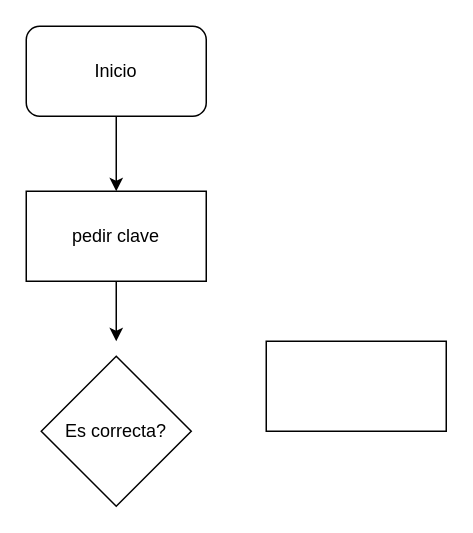
Above: Diagrama sin título.drawio in kevinld93/tp (draw.io), before the change. Source tidied: cells renumbered, new cells numbered last; positions are measured from the earlier drawing's top-left corner, leaving out a move shared by most shapes. Both pictures are drawn from the tidied source at 150%, with x=0, y=0 at pixel (26, 26).
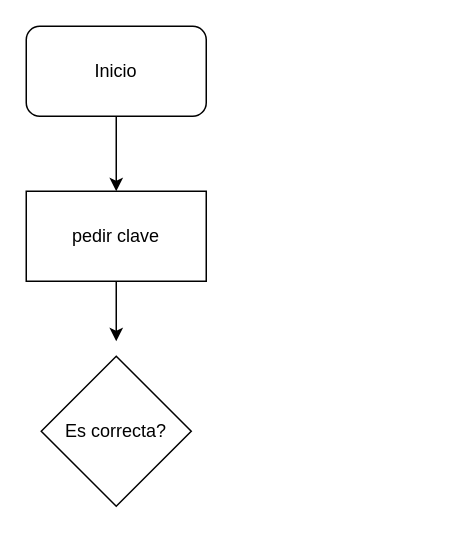
The same page after the edit.

Diff of the diagram source:
```diff
@@
 <mxGraphModel>
   <root>
     <mxCell id="0" />
     <mxCell id="1" parent="0" />
     <mxCell id="2" style="edgeStyle=orthogonalEdgeStyle;rounded=0;jettySize=auto;html=1;exitX=0.5;exitY=1;exitDx=0;exitDy=0;" parent="1" edge="1" source="3">
       <mxGeometry relative="1" as="geometry">
         <mxPoint x="60" y="110" as="targetPoint" />
       </mxGeometry>
     </mxCell>
     <mxCell id="3" value="Inicio " style="rounded=1;whiteSpace=wrap;html=1;" parent="1" vertex="1">
       <mxGeometry width="120" height="60" as="geometry" />
     </mxCell>
     <mxCell id="4" style="edgeStyle=orthogonalEdgeStyle;rounded=0;jettySize=auto;html=1;exitX=0.5;exitY=1;exitDx=0;exitDy=0;" parent="1" edge="1" source="5">
       <mxGeometry relative="1" as="geometry">
         <mxPoint x="60" y="210" as="targetPoint" />
       </mxGeometry>
     </mxCell>
     <mxCell id="5" value="pedir clave" style="rounded=0;whiteSpace=wrap;html=1;" parent="1" vertex="1">
       <mxGeometry y="110" width="120" height="60" as="geometry" />
     </mxCell>
     <mxCell id="6" value="Es correcta?" style="rhombus;whiteSpace=wrap;html=1;" parent="1" vertex="1">
       <mxGeometry x="10" y="220" width="100" height="100" as="geometry" />
     </mxCell>
-    <mxCell id="7" style="rounded=0;whiteSpace=wrap;html=1;" parent="1" vertex="1">
-      <mxGeometry x="160" y="210" width="120" height="60" as="geometry" />
-    </mxCell>
   </root>
 </mxGraphModel>
```
